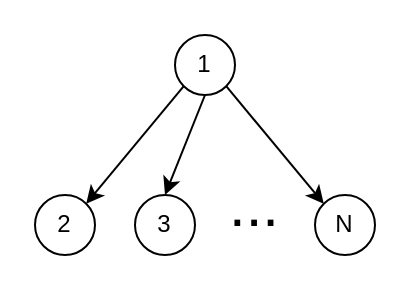
Earlier version of the draw.io diagram tree.drawio (semink/drawings). Source tidied: cells renumbered, new cells numbered last; positions are measured from the earlier drawing's top-left corner, leaving out a move shared by most shapes. Both pictures are drawn from the tidied source at 200%, with x=0, y=0 at pixel (34, 34).
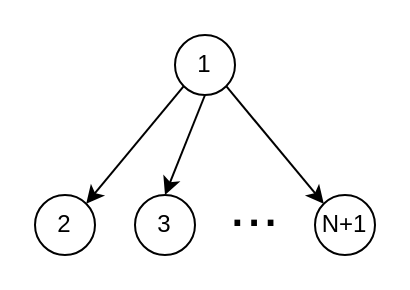
After the change.

Diff of the diagram source:
```diff
@@
 <mxGraphModel>
   <root>
     <mxCell id="0" />
     <mxCell id="1" parent="0" />
     <mxCell id="2" style="rounded=0;jettySize=auto;html=1;exitX=0;exitY=1;exitDx=0;exitDy=0;entryX=1;entryY=0;entryDx=0;entryDy=0;" parent="1" edge="1" source="5" target="7">
       <mxGeometry relative="1" as="geometry" />
     </mxCell>
     <mxCell id="3" style="rounded=0;jettySize=auto;html=1;exitX=0.5;exitY=1;exitDx=0;exitDy=0;entryX=0.5;entryY=0;entryDx=0;entryDy=0;" parent="1" edge="1" source="5" target="8">
       <mxGeometry relative="1" as="geometry" />
     </mxCell>
     <mxCell id="4" style="rounded=0;jettySize=auto;html=1;exitX=1;exitY=1;exitDx=0;exitDy=0;entryX=0;entryY=0;entryDx=0;entryDy=0;" parent="1" edge="1" source="5" target="9">
       <mxGeometry relative="1" as="geometry" />
     </mxCell>
     <mxCell id="5" value="1" style="ellipse;whiteSpace=wrap;html=1;" parent="1" vertex="1">
       <mxGeometry x="70" width="30" height="30" as="geometry" />
     </mxCell>
     <mxCell id="6" style="group;" parent="1" vertex="1">
       <mxGeometry y="70" width="170" height="40" as="geometry" />
     </mxCell>
     <mxCell id="7" value="2" style="ellipse;whiteSpace=wrap;html=1;" parent="6" vertex="1">
       <mxGeometry y="10" width="30" height="30" as="geometry" />
     </mxCell>
     <mxCell id="8" value="3" style="ellipse;whiteSpace=wrap;html=1;" parent="6" vertex="1">
       <mxGeometry x="50" y="10" width="30" height="30" as="geometry" />
     </mxCell>
-    <mxCell id="9" value="N" style="ellipse;whiteSpace=wrap;html=1;" parent="6" vertex="1">
+    <mxCell id="9" value="N+1" style="ellipse;whiteSpace=wrap;html=1;" parent="6" vertex="1">
       <mxGeometry x="140" y="10" width="30" height="30" as="geometry" />
     </mxCell>
     <mxCell id="10" value="..." style="text;html=1;strokeColor=none;fillColor=none;align=center;verticalAlign=middle;whiteSpace=wrap;rounded=0;fontSize=30;" parent="6" vertex="1">
       <mxGeometry x="80" width="60" height="30" as="geometry" />
     </mxCell>
   </root>
 </mxGraphModel>
```
